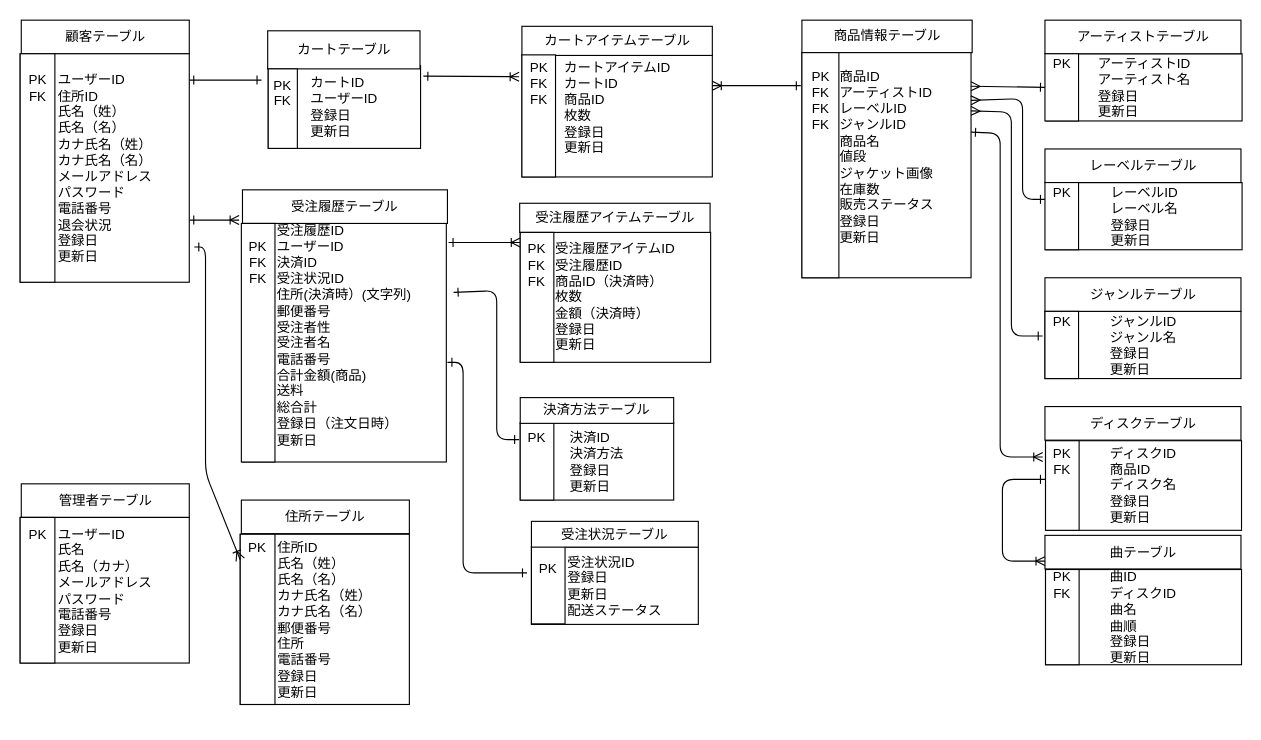
Above: ER図.drawio in ecl11/ECL (draw.io), before the change. Source tidied: cells renumbered, new cells numbered last; positions are measured from the earlier drawing's top-left corner, leaving out a move shared by most shapes. Both pictures are drawn from the tidied source at 112%, with x=0, y=0 at pixel (19, 20).
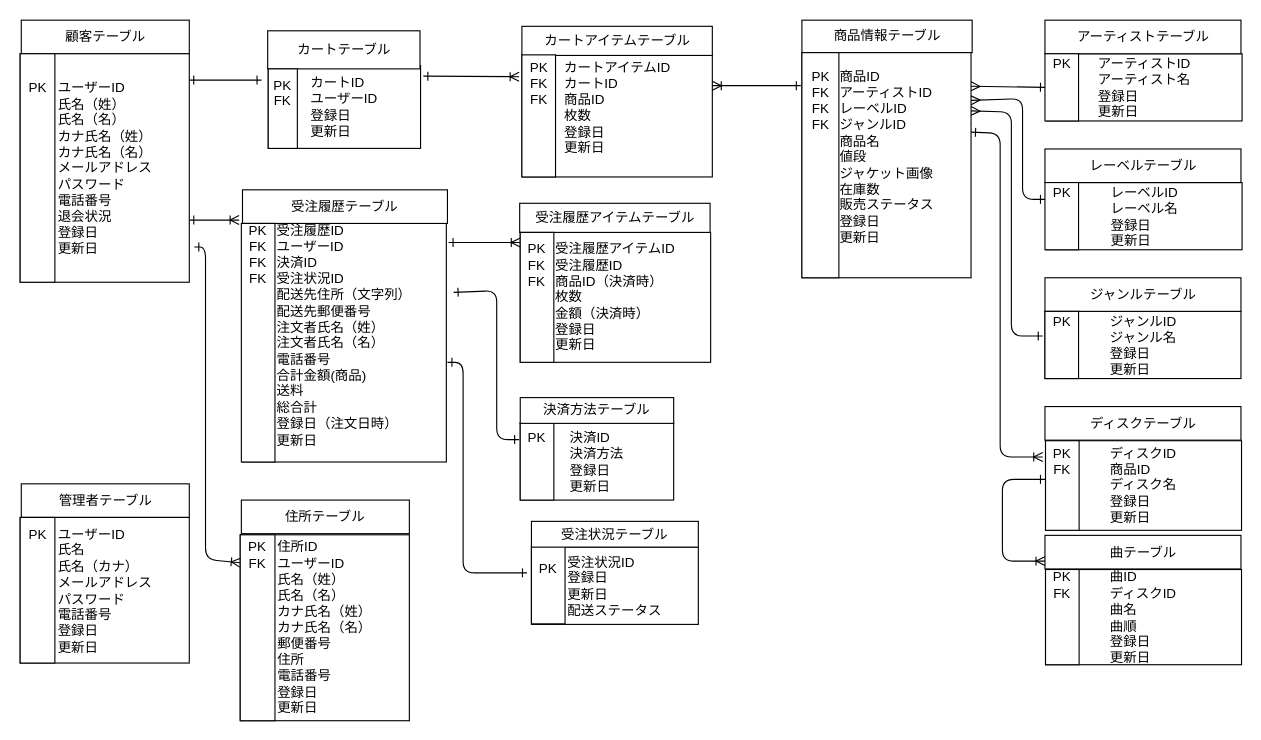
Above is the later version.

Commit message:
ER図.drawio を更新します

Change to the diagram source:
```diff
@@
-    <mxCell id="5" value="&lt;div style=&quot;text-align: left&quot;&gt;受注履歴ID&lt;span&gt;&lt;br&gt;&lt;/span&gt;&lt;/div&gt;&lt;div style=&quot;text-align: left&quot;&gt;&lt;span&gt;ユーザーID&lt;/span&gt;&lt;/div&gt;&lt;div style=&quot;text-align: left&quot;&gt;決済ID&lt;/div&gt;&lt;span&gt;&lt;div style=&quot;text-align: left&quot;&gt;受注状況ID&lt;span&gt;&lt;br&gt;&lt;/span&gt;&lt;/div&gt;&lt;div style=&quot;text-align: left&quot;&gt;住所(&lt;span&gt;決済時）(文字列)&lt;/span&gt;&lt;/div&gt;&lt;div style=&quot;text-align: left&quot;&gt;&lt;span&gt;郵便番号&lt;/span&gt;&lt;/div&gt;&lt;div style=&quot;text-align: left&quot;&gt;&lt;span&gt;受注者性&lt;/span&gt;&lt;/div&gt;&lt;div style=&quot;text-align: left&quot;&gt;&lt;span&gt;受注者名&lt;/span&gt;&lt;/div&gt;&lt;div style=&quot;text-align: left&quot;&gt;&lt;span&gt;電話番号&lt;/span&gt;&lt;/div&gt;&lt;/span&gt;&lt;span&gt;&lt;div style=&quot;text-align: left&quot;&gt;&lt;span&gt;合計金額(商品)&lt;/span&gt;&lt;/div&gt;&lt;div style=&quot;text-align: left&quot;&gt;&lt;span&gt;送料&lt;/span&gt;&lt;/div&gt;&lt;div style=&quot;text-align: left&quot;&gt;&lt;span&gt;総合計&lt;/span&gt;&lt;/div&gt;&lt;div style=&quot;text-align: left&quot;&gt;&lt;span&gt;登録日（注文日時&lt;/span&gt;&lt;span&gt;）&lt;/span&gt;&lt;/div&gt;&lt;div style=&quot;text-align: left&quot;&gt;&lt;span&gt;更新日&lt;/span&gt;&lt;/div&gt;&lt;div style=&quot;text-align: left&quot;&gt;&lt;br&gt;&lt;/div&gt;&lt;/span&gt;" style="rounded=0;whiteSpace=wrap;html=1;" parent="1" vertex="1">
+    <mxCell id="5" value="&lt;div style=&quot;text-align: left&quot;&gt;受注履歴ID&lt;span&gt;&lt;br&gt;&lt;/span&gt;&lt;/div&gt;&lt;div style=&quot;text-align: left&quot;&gt;&lt;span&gt;ユーザーID&lt;/span&gt;&lt;/div&gt;&lt;div style=&quot;text-align: left&quot;&gt;決済ID&lt;/div&gt;&lt;span&gt;&lt;div style=&quot;text-align: left&quot;&gt;受注状況ID&lt;span&gt;&lt;br&gt;&lt;/span&gt;&lt;/div&gt;&lt;div style=&quot;text-align: left&quot;&gt;配送先住所（文字列）&lt;/div&gt;&lt;div style=&quot;text-align: left&quot;&gt;&lt;span&gt;配送先郵便番号&lt;/span&gt;&lt;/div&gt;&lt;div style=&quot;text-align: left&quot;&gt;注文者氏名（姓）&lt;/div&gt;&lt;div style=&quot;text-align: left&quot;&gt;注文者氏名（名）&lt;/div&gt;&lt;div style=&quot;text-align: left&quot;&gt;&lt;span&gt;電話番号&lt;/span&gt;&lt;/div&gt;&lt;/span&gt;&lt;span&gt;&lt;div style=&quot;text-align: left&quot;&gt;&lt;span&gt;合計金額(商品)&lt;/span&gt;&lt;/div&gt;&lt;div style=&quot;text-align: left&quot;&gt;&lt;span&gt;送料&lt;/span&gt;&lt;/div&gt;&lt;div style=&quot;text-align: left&quot;&gt;&lt;span&gt;総合計&lt;/span&gt;&lt;/div&gt;&lt;div style=&quot;text-align: left&quot;&gt;&lt;span&gt;登録日（注文日時&lt;/span&gt;&lt;span&gt;）&lt;/span&gt;&lt;/div&gt;&lt;div style=&quot;text-align: left&quot;&gt;&lt;span&gt;更新日&lt;/span&gt;&lt;/div&gt;&lt;div style=&quot;text-align: left&quot;&gt;&lt;br&gt;&lt;/div&gt;&lt;/span&gt;" style="rounded=0;whiteSpace=wrap;html=1;" parent="1" vertex="1">
       <mxGeometry x="199" y="181" width="182" height="213" as="geometry" />
     </mxCell>
@@
-    <mxCell id="10" value="&lt;div style=&quot;text-align: left&quot;&gt;&lt;span&gt;ユーザーID&lt;/span&gt;&lt;/div&gt;&lt;div style=&quot;text-align: left&quot;&gt;住所ID&lt;span&gt;&lt;br&gt;&lt;/span&gt;&lt;/div&gt;&lt;div style=&quot;text-align: left&quot;&gt;&lt;span&gt;氏名（姓）&lt;/span&gt;&lt;/div&gt;&lt;div style=&quot;text-align: left&quot;&gt;&lt;span&gt;氏名（名）&lt;/span&gt;&lt;/div&gt;&lt;div style=&quot;text-align: left&quot;&gt;&lt;span&gt;カナ氏名（姓）&lt;/span&gt;&lt;/div&gt;&lt;div style=&quot;text-align: left&quot;&gt;カナ氏名（名）&lt;/div&gt;&lt;div style=&quot;text-align: left&quot;&gt;&lt;span&gt;メールアドレス&lt;/span&gt;&lt;/div&gt;&lt;div style=&quot;text-align: left&quot;&gt;&lt;span&gt;パスワード&lt;/span&gt;&lt;/div&gt;&lt;div style=&quot;text-align: left&quot;&gt;&lt;span&gt;電話番号&lt;/span&gt;&lt;/div&gt;&lt;div style=&quot;text-align: left&quot;&gt;退会状況&lt;span&gt;&lt;br&gt;&lt;/span&gt;&lt;/div&gt;&lt;div style=&quot;text-align: left&quot;&gt;&lt;span&gt;登録日&lt;/span&gt;&lt;/div&gt;&lt;div style=&quot;text-align: left&quot;&gt;&lt;span&gt;更新日&lt;/span&gt;&lt;/div&gt;" style="rounded=0;whiteSpace=wrap;html=1;" parent="1" vertex="1">
+    <mxCell id="10" value="&lt;div style=&quot;text-align: left&quot;&gt;&lt;span&gt;ユーザーID&lt;/span&gt;&lt;/div&gt;&lt;div style=&quot;text-align: left&quot;&gt;&lt;span&gt;氏名（姓）&lt;/span&gt;&lt;/div&gt;&lt;div style=&quot;text-align: left&quot;&gt;&lt;span&gt;氏名（名）&lt;/span&gt;&lt;/div&gt;&lt;div style=&quot;text-align: left&quot;&gt;&lt;span&gt;カナ氏名（姓）&lt;/span&gt;&lt;/div&gt;&lt;div style=&quot;text-align: left&quot;&gt;カナ氏名（名）&lt;/div&gt;&lt;div style=&quot;text-align: left&quot;&gt;&lt;span&gt;メールアドレス&lt;/span&gt;&lt;/div&gt;&lt;div style=&quot;text-align: left&quot;&gt;&lt;span&gt;パスワード&lt;/span&gt;&lt;/div&gt;&lt;div style=&quot;text-align: left&quot;&gt;&lt;span&gt;電話番号&lt;/span&gt;&lt;/div&gt;&lt;div style=&quot;text-align: left&quot;&gt;退会状況&lt;span&gt;&lt;br&gt;&lt;/span&gt;&lt;/div&gt;&lt;div style=&quot;text-align: left&quot;&gt;&lt;span&gt;登録日&lt;/span&gt;&lt;/div&gt;&lt;div style=&quot;text-align: left&quot;&gt;&lt;span&gt;更新日&lt;/span&gt;&lt;/div&gt;" style="rounded=0;whiteSpace=wrap;html=1;" parent="1" vertex="1">
       <mxGeometry x="0.5" y="29.5" width="151" height="204" as="geometry" />
     </mxCell>
-    <mxCell id="11" value="PK&lt;br&gt;FK&lt;br&gt;&lt;br&gt;&lt;br&gt;&lt;br&gt;&lt;br&gt;&lt;br&gt;&lt;br&gt;&lt;br&gt;&lt;br&gt;&lt;br&gt;&lt;br&gt;" style="rounded=0;whiteSpace=wrap;html=1;" parent="1" vertex="1">
+    <mxCell id="11" value="PK&lt;br&gt;&lt;br&gt;&lt;br&gt;&lt;br&gt;&lt;br&gt;&lt;br&gt;&lt;br&gt;&lt;br&gt;&lt;br&gt;&lt;br&gt;&lt;br&gt;" style="rounded=0;whiteSpace=wrap;html=1;" parent="1" vertex="1">
       <mxGeometry x="0.5" y="29.5" width="31" height="204" as="geometry" />
     </mxCell>
@@
-    <mxCell id="23" value="PK&lt;br&gt;FK&lt;br&gt;FK&lt;br&gt;&lt;br&gt;&lt;br&gt;&lt;br&gt;&lt;br&gt;&lt;br&gt;&lt;br&gt;&lt;br&gt;&lt;br&gt;&lt;br&gt;&lt;br&gt;" style="rounded=0;whiteSpace=wrap;html=1;" parent="1" vertex="1">
+    <mxCell id="23" value="PK&lt;br&gt;FK&lt;br&gt;FK&lt;br&gt;FK&lt;br&gt;&lt;br&gt;&lt;br&gt;&lt;br&gt;&lt;br&gt;&lt;br&gt;&lt;br&gt;&lt;br&gt;&lt;br&gt;&lt;br&gt;&lt;br&gt;&lt;br&gt;" style="rounded=0;whiteSpace=wrap;html=1;" parent="1" vertex="1">
       <mxGeometry x="198" y="181" width="30" height="213" as="geometry" />
     </mxCell>
@@
-    <mxCell id="49" value="&lt;div style=&quot;text-align: left&quot;&gt;&lt;span&gt;住所ID&lt;/span&gt;&lt;/div&gt;&lt;div style=&quot;text-align: left&quot;&gt;&lt;span&gt;氏名（姓）&lt;/span&gt;&lt;/div&gt;&lt;div style=&quot;text-align: left&quot;&gt;&lt;span&gt;氏名（名）&lt;/span&gt;&lt;/div&gt;&lt;div style=&quot;text-align: left&quot;&gt;&lt;span&gt;カナ氏名（姓）&lt;/span&gt;&lt;/div&gt;&lt;div style=&quot;text-align: left&quot;&gt;&lt;span&gt;カナ氏名（名）&lt;/span&gt;&lt;/div&gt;&lt;div style=&quot;text-align: left&quot;&gt;郵便番号&lt;/div&gt;&lt;div style=&quot;text-align: left&quot;&gt;住所&lt;/div&gt;&lt;div style=&quot;text-align: left&quot;&gt;電話番号&lt;/div&gt;&lt;div style=&quot;text-align: left&quot;&gt;登録日&lt;/div&gt;&lt;div style=&quot;text-align: left&quot;&gt;更新日&lt;/div&gt;" style="rounded=0;whiteSpace=wrap;html=1;" parent="1" vertex="1">
-      <mxGeometry x="197" y="458.5" width="151" height="152" as="geometry" />
+    <mxCell id="49" value="&lt;div style=&quot;text-align: left&quot;&gt;&lt;span&gt;住所ID&lt;/span&gt;&lt;/div&gt;&lt;div style=&quot;text-align: left&quot;&gt;&lt;span&gt;ユーザーID&lt;/span&gt;&lt;/div&gt;&lt;div style=&quot;text-align: left&quot;&gt;&lt;span&gt;氏名（姓）&lt;/span&gt;&lt;/div&gt;&lt;div style=&quot;text-align: left&quot;&gt;&lt;span&gt;氏名（名）&lt;/span&gt;&lt;/div&gt;&lt;div style=&quot;text-align: left&quot;&gt;&lt;span&gt;カナ氏名（姓）&lt;/span&gt;&lt;/div&gt;&lt;div style=&quot;text-align: left&quot;&gt;&lt;span&gt;カナ氏名（名）&lt;/span&gt;&lt;/div&gt;&lt;div style=&quot;text-align: left&quot;&gt;郵便番号&lt;/div&gt;&lt;div style=&quot;text-align: left&quot;&gt;住所&lt;/div&gt;&lt;div style=&quot;text-align: left&quot;&gt;電話番号&lt;/div&gt;&lt;div style=&quot;text-align: left&quot;&gt;登録日&lt;/div&gt;&lt;div style=&quot;text-align: left&quot;&gt;更新日&lt;/div&gt;" style="rounded=0;whiteSpace=wrap;html=1;" parent="1" vertex="1">
+      <mxGeometry x="197" y="459" width="151" height="166" as="geometry" />
     </mxCell>
-    <mxCell id="50" value="PK&lt;br&gt;&lt;br&gt;&lt;br&gt;&lt;br&gt;&lt;br&gt;&lt;br&gt;&lt;br&gt;&lt;br&gt;&lt;br&gt;&lt;br&gt;" style="rounded=0;whiteSpace=wrap;html=1;" parent="1" vertex="1">
-      <mxGeometry x="197" y="458.5" width="31" height="152" as="geometry" />
+    <mxCell id="50" value="PK&lt;br&gt;FK&lt;br&gt;&lt;br&gt;&lt;br&gt;&lt;br&gt;&lt;br&gt;&lt;br&gt;&lt;br&gt;&lt;br&gt;&lt;br&gt;&lt;br&gt;" style="rounded=0;whiteSpace=wrap;html=1;" parent="1" vertex="1">
+      <mxGeometry x="197" y="459" width="31" height="166" as="geometry" />
     </mxCell>
@@
     <mxCell id="55" style="endArrow=ERoneToMany;html=1;endFill=0;entryX=0;entryY=0.15;entryDx=0;entryDy=0;entryPerimeter=0;startArrow=ERone;startFill=0;" parent="1" edge="1" target="50">
       <mxGeometry relative="1" as="geometry">
         <mxPoint x="156" y="202" as="sourcePoint" />
         <Array as="points">
           <mxPoint x="166" y="202" />
-          <mxPoint x="166" y="404" />
+          <mxPoint x="166" y="481" />
         </Array>
       </mxGeometry>
     </mxCell>
```
